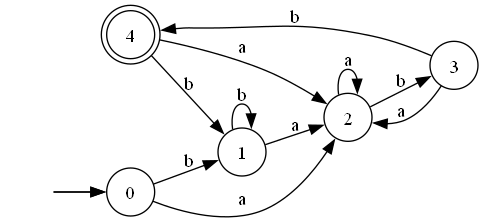
Earlier version of the Graphviz export automataD.gv.png (donmatthiuz/Laboratorios_Teoria_Computacion-). Its source is kept beside it as automataD.gv.
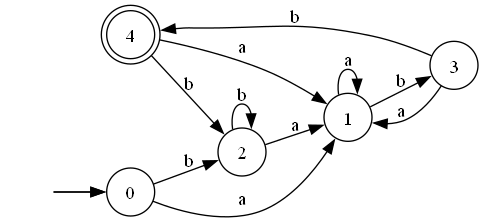
The same diagram one commit later.

What changed in the source:
```diff
@@ -5,16 +5,16 @@
 	node [shape=circle]
 	"" [style=invis]
 	"" -> 0
-	0 -> 1 [label=b]
+	0 -> 1 [label=a]
 	"" [style=invis]
 	"" -> 0
-	0 -> 2 [label=a]
-	1 -> 1 [label=b]
-	1 -> 2 [label=a]
-	2 -> 3 [label=b]
-	2 -> 2 [label=a]
+	0 -> 2 [label=b]
+	1 -> 1 [label=a]
+	1 -> 3 [label=b]
+	2 -> 1 [label=a]
+	2 -> 2 [label=b]
+	3 -> 1 [label=a]
 	3 -> 4 [label=b]
-	3 -> 2 [label=a]
-	4 -> 1 [label=b]
-	4 -> 2 [label=a]
+	4 -> 1 [label=a]
+	4 -> 2 [label=b]
 }
```
